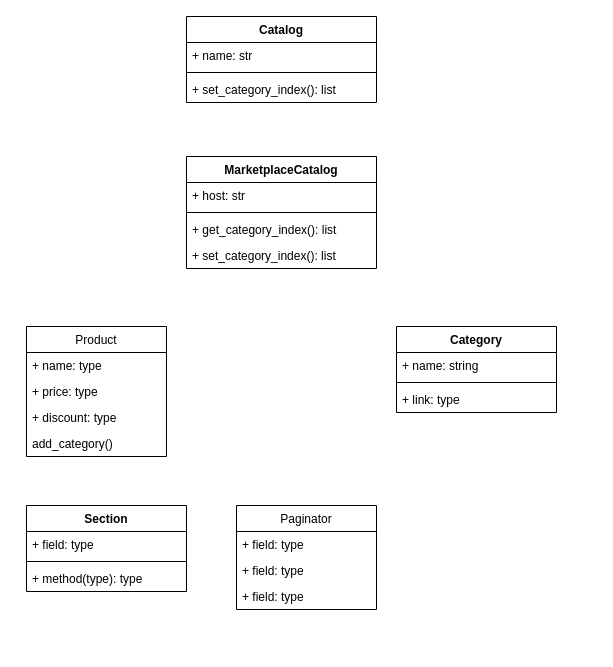
Before: Untitled Diagram.drawio in 91-julian-sanchez/big-commerce, a draw.io diagram. Source tidied: cells renumbered, new cells numbered last; positions are measured from the earlier drawing's top-left corner, leaving out a move shared by most shapes. Both pictures are drawn from the tidied source at 100%, with x=0, y=0 at pixel (26, 16).
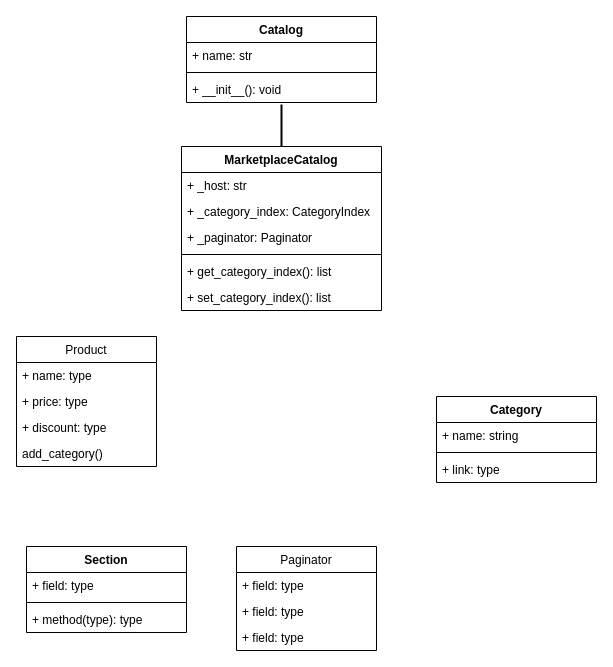
After the change.

Unchanged cells that the change refers to:
```xml
<mxCell id="2" value="Catalog" style="swimlane;fontStyle=1;align=center;verticalAlign=top;horizontal=1;startSize=26;" parent="1" vertex="1">
  <mxGeometry x="160" width="190" height="86" as="geometry" />
</mxCell>
```

The edit, as a diff of the source:
```diff
@@
-    <mxCell id="5" value="+ set_category_index(): list" style="text;strokeColor=none;fillColor=none;align=left;verticalAlign=top;spacingLeft=4;spacingRight=4;overflow=hidden;points=[[0,0.5],[1,0.5]];portConstraint=eastwest;" parent="2" vertex="1">
+    <mxCell id="5" value="+ __init__(): void" style="text;strokeColor=none;fillColor=none;align=left;verticalAlign=top;spacingLeft=4;spacingRight=4;overflow=hidden;points=[[0,0.5],[1,0.5]];portConstraint=eastwest;" parent="2" vertex="1">
       <mxGeometry y="60" width="190" height="26" as="geometry" />
     </mxCell>
     <mxCell id="6" value="Category" style="swimlane;fontStyle=1;align=center;verticalAlign=top;horizontal=1;startSize=26;" parent="1" vertex="1">
-      <mxGeometry x="370" y="310" width="160" height="86" as="geometry" />
+      <mxGeometry x="410" y="380" width="160" height="86" as="geometry" />
     </mxCell>
@@
     <mxCell id="10" value="Product" style="swimlane;fontStyle=0;horizontal=1;startSize=26;fillColor=none;" parent="1" vertex="1">
-      <mxGeometry y="310" width="140" height="130" as="geometry" />
+      <mxGeometry x="-10" y="320" width="140" height="130" as="geometry" />
     </mxCell>
@@
     <mxCell id="15" value="Section" style="swimlane;fontStyle=1;align=center;verticalAlign=top;horizontal=1;startSize=26;" parent="1" vertex="1">
-      <mxGeometry y="489" width="160" height="86" as="geometry" />
+      <mxGeometry y="530" width="160" height="86" as="geometry" />
     </mxCell>
@@
     <mxCell id="19" value="Paginator" style="swimlane;fontStyle=0;horizontal=1;startSize=26;fillColor=none;" parent="1" vertex="1">
-      <mxGeometry x="210" y="489" width="140" height="104" as="geometry" />
+      <mxGeometry x="210" y="530" width="140" height="104" as="geometry" />
     </mxCell>
@@
     <mxCell id="23" value="MarketplaceCatalog" style="swimlane;fontStyle=1;align=center;verticalAlign=top;horizontal=1;startSize=26;" parent="1" vertex="1">
-      <mxGeometry x="160" y="140" width="190" height="112" as="geometry" />
+      <mxGeometry x="155" y="130" width="200" height="164" as="geometry" />
     </mxCell>
-    <mxCell id="24" value="+ host: str" style="text;strokeColor=none;fillColor=none;align=left;verticalAlign=top;spacingLeft=4;spacingRight=4;overflow=hidden;" parent="23" vertex="1">
-      <mxGeometry y="26" width="190" height="26" as="geometry" />
+    <mxCell id="24" value="+ _host: str" style="text;strokeColor=none;fillColor=none;align=left;verticalAlign=top;spacingLeft=4;spacingRight=4;overflow=hidden;" parent="23" vertex="1">
+      <mxGeometry y="26" width="200" height="26" as="geometry" />
     </mxCell>
+    <mxCell id="28" value="+ _category_index: CategoryIndex" style="text;strokeColor=none;fillColor=none;align=left;verticalAlign=top;spacingLeft=4;spacingRight=4;overflow=hidden;" parent="23" vertex="1">
+      <mxGeometry y="52" width="200" height="26" as="geometry" />
+    </mxCell>
+    <mxCell id="29" value="+ _paginator: Paginator" style="text;strokeColor=none;fillColor=none;align=left;verticalAlign=top;spacingLeft=4;spacingRight=4;overflow=hidden;" parent="23" vertex="1">
+      <mxGeometry y="78" width="200" height="26" as="geometry" />
+    </mxCell>
     <mxCell id="25" style="line;strokeWidth=1;fillColor=none;align=left;verticalAlign=middle;spacingTop=-1;spacingLeft=3;spacingRight=3;labelPosition=right;" parent="23" vertex="1">
-      <mxGeometry y="52" width="190" height="8" as="geometry" />
+      <mxGeometry y="104" width="200" height="8" as="geometry" />
     </mxCell>
     <mxCell id="26" value="+ get_category_index(): list" style="text;strokeColor=none;fillColor=none;align=left;verticalAlign=top;spacingLeft=4;spacingRight=4;overflow=hidden;" parent="23" vertex="1">
-      <mxGeometry y="60" width="190" height="26" as="geometry" />
+      <mxGeometry y="112" width="200" height="26" as="geometry" />
     </mxCell>
     <mxCell id="27" value="+ set_category_index(): list" style="text;strokeColor=none;fillColor=none;align=left;verticalAlign=top;spacingLeft=4;spacingRight=4;overflow=hidden;" parent="23" vertex="1">
-      <mxGeometry y="86" width="190" height="26" as="geometry" />
+      <mxGeometry y="138" width="200" height="26" as="geometry" />
     </mxCell>
+    <mxCell id="30" style="endArrow=none;html=1;strokeWidth=2;entryX=0.5;entryY=1.077;entryDx=0;entryDy=0;entryPerimeter=0;exitX=0.5;exitY=0;exitDx=0;exitDy=0;" parent="1" edge="1" source="23" target="5">
+      <mxGeometry relative="1" as="geometry" />
+    </mxCell>
```
